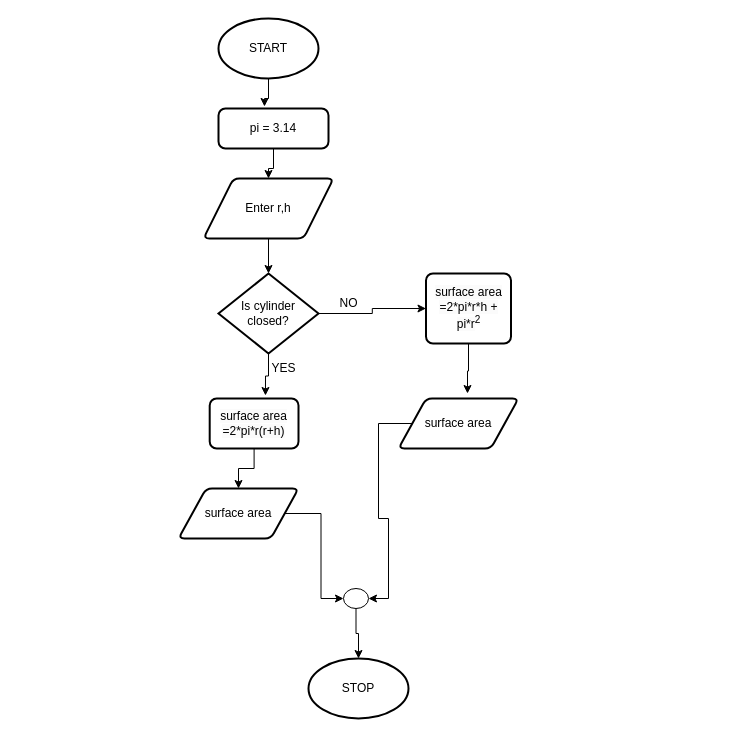
Earlier version of the draw.io diagram day1-10/Dictionaries(day18)/Flow  diagrams/Cylinder flowchart.drawio (Wainainajoyce/100DaysPythonCode). Source tidied: cells renumbered, new cells numbered last; positions are measured from the earlier drawing's top-left corner, leaving out a move shared by most shapes. Both pictures are drawn from the tidied source at 100%, with x=0, y=0 at pixel (178, 18).
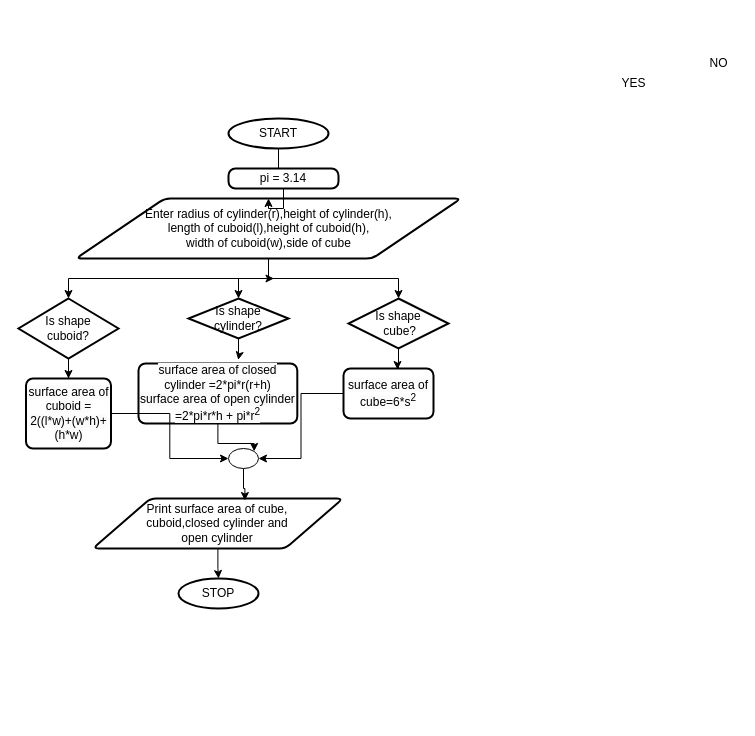
The same diagram, later.

Commit message:
Cylinder,cuboid,cube flowchart.drawio

The edit, as a diff of the source:
```diff
@@
     <mxCell id="3" value="START" style="strokeWidth=2;html=1;shape=mxgraph.flowchart.start_1;whiteSpace=wrap;" parent="1" vertex="1">
-      <mxGeometry x="40" width="100" height="60" as="geometry" />
+      <mxGeometry x="50" y="100" width="100" height="30" as="geometry" />
     </mxCell>
-    <mxCell id="4" style="edgeStyle=orthogonalEdgeStyle;rounded=0;jettySize=auto;html=1;entryX=0.5;entryY=0;entryDx=0;entryDy=0;entryPerimeter=0;" parent="1" edge="1" source="5" target="8">
-      <mxGeometry relative="1" as="geometry" />
-    </mxCell>
+    <mxCell id="25" style="edgeStyle=orthogonalEdgeStyle;rounded=0;jettySize=auto;html=1;" parent="1" edge="1" source="5">
+      <mxGeometry relative="1" as="geometry">
+        <mxPoint x="95" y="260" as="targetPoint" />
+      </mxGeometry>
+    </mxCell>
-    <mxCell id="5" value="Enter r,h" style="shape=parallelogram;html=1;strokeWidth=2;perimeter=parallelogramPerimeter;whiteSpace=wrap;rounded=1;arcSize=12;size=0.23;" parent="1" vertex="1">
-      <mxGeometry x="25" y="160" width="130" height="60" as="geometry" />
+    <mxCell id="5" value="Enter radius of cylinder(r),height of cylinder(h),&lt;br&gt;length of cuboid(l),height of cuboid(h),&lt;br&gt;width of cuboid(w),side of cube" style="shape=parallelogram;html=1;strokeWidth=2;perimeter=parallelogramPerimeter;whiteSpace=wrap;rounded=1;arcSize=12;size=0.23;" parent="1" vertex="1">
+      <mxGeometry x="-102.5" y="180" width="385" height="60" as="geometry" />
     </mxCell>
@@
-    <mxCell id="7" style="edgeStyle=orthogonalEdgeStyle;rounded=0;jettySize=auto;html=1;entryX=0;entryY=0.5;entryDx=0;entryDy=0;" parent="1" edge="1" source="8" target="16">
-      <mxGeometry relative="1" as="geometry" />
-    </mxCell>
-    <mxCell id="8" value="Is cylinder closed?" style="strokeWidth=2;html=1;shape=mxgraph.flowchart.decision;whiteSpace=wrap;" parent="1" vertex="1">
-      <mxGeometry x="40" y="255" width="100" height="80" as="geometry" />
+    <mxCell id="8" value="Is shape &lt;br&gt;cylinder?" style="strokeWidth=2;html=1;shape=mxgraph.flowchart.decision;whiteSpace=wrap;" parent="1" vertex="1">
+      <mxGeometry x="10" y="280" width="100" height="40" as="geometry" />
     </mxCell>
@@
     <mxCell id="10" value="pi = 3.14" style="rounded=1;whiteSpace=wrap;html=1;absoluteArcSize=1;arcSize=14;strokeWidth=2;" parent="1" vertex="1">
-      <mxGeometry x="40" y="90" width="110" height="40" as="geometry" />
+      <mxGeometry x="50" y="150" width="110" height="20" as="geometry" />
     </mxCell>
-    <mxCell id="11" style="edgeStyle=orthogonalEdgeStyle;rounded=0;jettySize=auto;html=1;entryX=0;entryY=0.5;entryDx=0;entryDy=0;entryPerimeter=0;" parent="1" edge="1" source="12" target="21">
-      <mxGeometry relative="1" as="geometry" />
-    </mxCell>
+    <mxCell id="26" style="edgeStyle=orthogonalEdgeStyle;rounded=0;jettySize=auto;html=1;" parent="1" edge="1" source="12" target="22">
+      <mxGeometry relative="1" as="geometry" />
+    </mxCell>
-    <mxCell id="12" value="surface area" style="shape=parallelogram;html=1;strokeWidth=2;perimeter=parallelogramPerimeter;whiteSpace=wrap;rounded=1;arcSize=12;size=0.23;" parent="1" vertex="1">
-      <mxGeometry y="470" width="120" height="50" as="geometry" />
+    <mxCell id="12" value="Print surface area of cube,&lt;br&gt;cuboid,closed cylinder and &lt;br&gt;open cylinder" style="shape=parallelogram;html=1;strokeWidth=2;perimeter=parallelogramPerimeter;whiteSpace=wrap;rounded=1;arcSize=12;size=0.23;" parent="1" vertex="1">
+      <mxGeometry x="-85.6" y="480" width="250" height="50" as="geometry" />
     </mxCell>
-    <mxCell id="13" style="edgeStyle=orthogonalEdgeStyle;rounded=0;jettySize=auto;html=1;" parent="1" edge="1" source="14" target="12">
-      <mxGeometry relative="1" as="geometry" />
-    </mxCell>
+    <mxCell id="27" style="edgeStyle=orthogonalEdgeStyle;rounded=0;jettySize=auto;html=1;entryX=0.855;entryY=0.145;entryDx=0;entryDy=0;entryPerimeter=0;" parent="1" edge="1" source="14" target="37">
+      <mxGeometry relative="1" as="geometry" />
+    </mxCell>
-    <mxCell id="14" value="&lt;span style=&quot;color: rgb(0, 0, 0); font-family: Helvetica; font-size: 12px; font-style: normal; font-variant-ligatures: normal; font-variant-caps: normal; font-weight: 400; letter-spacing: normal; orphans: 2; text-align: center; text-indent: 0px; text-transform: none; widows: 2; word-spacing: 0px; -webkit-text-stroke-width: 0px; background-color: rgb(251, 251, 251); text-decoration-thickness: initial; text-decoration-style: initial; text-decoration-color: initial; float: none; display: inline !important;&quot;&gt;surface area =2*pi*r(r+h)&lt;/span&gt;" style="rounded=1;whiteSpace=wrap;html=1;absoluteArcSize=1;arcSize=14;strokeWidth=2;" parent="1" vertex="1">
-      <mxGeometry x="31.2" y="380" width="88.8" height="50" as="geometry" />
+    <mxCell id="14" value="&lt;span style=&quot;color: rgb(0, 0, 0); font-family: Helvetica; font-size: 12px; font-style: normal; font-variant-ligatures: normal; font-variant-caps: normal; font-weight: 400; letter-spacing: normal; orphans: 2; text-align: center; text-indent: 0px; text-transform: none; widows: 2; word-spacing: 0px; -webkit-text-stroke-width: 0px; background-color: rgb(251, 251, 251); text-decoration-thickness: initial; text-decoration-style: initial; text-decoration-color: initial; float: none; display: inline !important;&quot;&gt;surface area of closed cylinder =2*pi*r(r+h)&lt;br&gt;surface area of open cylinder =2*pi*r*h + pi*r&lt;sup style=&quot;border-color: var(--border-color);&quot;&gt;2&lt;/sup&gt;&lt;br&gt;&lt;/span&gt;" style="rounded=1;whiteSpace=wrap;html=1;absoluteArcSize=1;arcSize=14;strokeWidth=2;" parent="1" vertex="1">
+      <mxGeometry x="-40" y="345" width="158.8" height="60" as="geometry" />
     </mxCell>
-    <mxCell id="15" style="edgeStyle=orthogonalEdgeStyle;rounded=0;jettySize=auto;html=1;entryX=0.575;entryY=-0.1;entryDx=0;entryDy=0;entryPerimeter=0;" parent="1" edge="1" source="16" target="19">
-      <mxGeometry relative="1" as="geometry" />
-    </mxCell>
+    <mxCell id="28" style="edgeStyle=orthogonalEdgeStyle;rounded=0;jettySize=auto;html=1;entryX=0;entryY=0.5;entryDx=0;entryDy=0;entryPerimeter=0;" parent="1" edge="1" source="16" target="37">
+      <mxGeometry relative="1" as="geometry" />
+    </mxCell>
-    <mxCell id="16" value="&lt;span style=&quot;color: rgb(0, 0, 0); font-family: Helvetica; font-size: 12px; font-style: normal; font-variant-ligatures: normal; font-variant-caps: normal; font-weight: 400; letter-spacing: normal; orphans: 2; text-align: center; text-indent: 0px; text-transform: none; widows: 2; word-spacing: 0px; -webkit-text-stroke-width: 0px; background-color: rgb(251, 251, 251); text-decoration-thickness: initial; text-decoration-style: initial; text-decoration-color: initial; float: none; display: inline !important;&quot;&gt;surface area =2*pi*r*h + pi*r&lt;/span&gt;&lt;sup style=&quot;border-color: var(--border-color); color: rgb(0, 0, 0); font-family: Helvetica; font-style: normal; font-variant-ligatures: normal; font-variant-caps: normal; font-weight: 400; letter-spacing: normal; orphans: 2; text-align: center; text-indent: 0px; text-transform: none; widows: 2; word-spacing: 0px; -webkit-text-stroke-width: 0px; background-color: rgb(251, 251, 251); text-decoration-thickness: initial; text-decoration-style: initial; text-decoration-color: initial;&quot;&gt;2&lt;/sup&gt;" style="rounded=1;whiteSpace=wrap;html=1;absoluteArcSize=1;arcSize=14;strokeWidth=2;" parent="1" vertex="1">
-      <mxGeometry x="247.5" y="255" width="85" height="70" as="geometry" />
+    <mxCell id="16" value="&lt;span style=&quot;color: rgb(0, 0, 0); font-family: Helvetica; font-size: 12px; font-style: normal; font-variant-ligatures: normal; font-variant-caps: normal; font-weight: 400; letter-spacing: normal; orphans: 2; text-align: center; text-indent: 0px; text-transform: none; widows: 2; word-spacing: 0px; -webkit-text-stroke-width: 0px; background-color: rgb(251, 251, 251); text-decoration-thickness: initial; text-decoration-style: initial; text-decoration-color: initial; float: none; display: inline !important;&quot;&gt;surface area of cuboid = 2((l*w)+(w*h)+(h*w)&lt;/span&gt;" style="rounded=1;whiteSpace=wrap;html=1;absoluteArcSize=1;arcSize=14;strokeWidth=2;" parent="1" vertex="1">
+      <mxGeometry x="-152.5" y="360" width="85" height="70" as="geometry" />
     </mxCell>
@@
-    <mxCell id="18" style="edgeStyle=orthogonalEdgeStyle;rounded=0;jettySize=auto;html=1;entryX=1;entryY=0.5;entryDx=0;entryDy=0;entryPerimeter=0;" parent="1" edge="1" source="19" target="21">
-      <mxGeometry relative="1" as="geometry" />
-    </mxCell>
-    <mxCell id="19" value="surface area" style="shape=parallelogram;html=1;strokeWidth=2;perimeter=parallelogramPerimeter;whiteSpace=wrap;rounded=1;arcSize=12;size=0.23;" parent="1" vertex="1">
-      <mxGeometry x="220" y="380" width="120" height="50" as="geometry" />
-    </mxCell>
-    <mxCell id="20" style="edgeStyle=orthogonalEdgeStyle;rounded=0;jettySize=auto;html=1;" parent="1" edge="1" source="21" target="22">
-      <mxGeometry relative="1" as="geometry" />
-    </mxCell>
-    <mxCell id="21" style="verticalLabelPosition=bottom;verticalAlign=top;html=1;shape=mxgraph.flowchart.on-page_reference;" parent="1" vertex="1">
-      <mxGeometry x="165" y="570" width="25" height="20" as="geometry" />
-    </mxCell>
     <mxCell id="22" value="STOP" style="strokeWidth=2;html=1;shape=mxgraph.flowchart.start_1;whiteSpace=wrap;" parent="1" vertex="1">
-      <mxGeometry x="130" y="640" width="100" height="60" as="geometry" />
+      <mxGeometry y="560" width="80" height="30" as="geometry" />
     </mxCell>
     <mxCell id="23" value="NO" style="text;html=1;align=center;verticalAlign=middle;strokeColor=none;fillColor=none;" parent="1" vertex="1">
-      <mxGeometry x="150" y="270" width="40" height="30" as="geometry" />
+      <mxGeometry x="520" y="30" width="40" height="30" as="geometry" />
     </mxCell>
     <mxCell id="24" value="YES" style="text;html=1;align=center;verticalAlign=middle;strokeColor=none;fillColor=none;" parent="1" vertex="1">
-      <mxGeometry x="80" y="335" width="50" height="30" as="geometry" />
+      <mxGeometry x="430" y="50" width="50" height="30" as="geometry" />
     </mxCell>
+    <mxCell id="29" style="edgeStyle=orthogonalEdgeStyle;rounded=0;jettySize=auto;html=1;entryX=0.6;entryY=0.02;entryDx=0;entryDy=0;entryPerimeter=0;" parent="1" edge="1" source="30" target="35">
+      <mxGeometry relative="1" as="geometry" />
+    </mxCell>
+    <mxCell id="30" value="Is shape&lt;br&gt;&amp;nbsp;cube?" style="strokeWidth=2;html=1;shape=mxgraph.flowchart.decision;whiteSpace=wrap;" parent="1" vertex="1">
+      <mxGeometry x="170" y="280" width="100" height="50" as="geometry" />
+    </mxCell>
+    <mxCell id="31" style="edgeStyle=orthogonalEdgeStyle;rounded=0;jettySize=auto;html=1;" parent="1" edge="1" source="32" target="16">
+      <mxGeometry relative="1" as="geometry" />
+    </mxCell>
+    <mxCell id="32" value="Is shape &lt;br&gt;cuboid?" style="strokeWidth=2;html=1;shape=mxgraph.flowchart.decision;whiteSpace=wrap;" parent="1" vertex="1">
+      <mxGeometry x="-160" y="280" width="100" height="60" as="geometry" />
+    </mxCell>
+    <mxCell id="33" style="endArrow=none;html=1;rounded=0;" parent="1" edge="1">
+      <mxGeometry relative="1" as="geometry">
+        <mxPoint x="-110" y="260" as="sourcePoint" />
+        <mxPoint x="220" y="260" as="targetPoint" />
+      </mxGeometry>
+    </mxCell>
+    <mxCell id="34" style="edgeStyle=orthogonalEdgeStyle;rounded=0;jettySize=auto;html=1;entryX=1;entryY=0.5;entryDx=0;entryDy=0;entryPerimeter=0;" parent="1" edge="1" source="35" target="37">
+      <mxGeometry relative="1" as="geometry" />
+    </mxCell>
+    <mxCell id="35" value="&lt;span style=&quot;color: rgb(0, 0, 0); font-family: Helvetica; font-size: 12px; font-style: normal; font-variant-ligatures: normal; font-variant-caps: normal; font-weight: 400; letter-spacing: normal; orphans: 2; text-align: center; text-indent: 0px; text-transform: none; widows: 2; word-spacing: 0px; -webkit-text-stroke-width: 0px; background-color: rgb(251, 251, 251); text-decoration-thickness: initial; text-decoration-style: initial; text-decoration-color: initial; float: none; display: inline !important;&quot;&gt;surface area of cube=6*s&lt;sup&gt;2&lt;/sup&gt;&lt;/span&gt;" style="rounded=1;whiteSpace=wrap;html=1;absoluteArcSize=1;arcSize=14;strokeWidth=2;" parent="1" vertex="1">
+      <mxGeometry x="165" y="350" width="90" height="50" as="geometry" />
+    </mxCell>
+    <mxCell id="36" style="edgeStyle=orthogonalEdgeStyle;rounded=0;jettySize=auto;html=1;entryX=0.608;entryY=0.04;entryDx=0;entryDy=0;entryPerimeter=0;" parent="1" edge="1" source="37" target="12">
+      <mxGeometry relative="1" as="geometry" />
+    </mxCell>
+    <mxCell id="37" style="verticalLabelPosition=bottom;verticalAlign=top;html=1;shape=mxgraph.flowchart.on-page_reference;" parent="1" vertex="1">
+      <mxGeometry x="50" y="430" width="30" height="20" as="geometry" />
+    </mxCell>
+    <mxCell id="38" style="endArrow=classic;html=1;rounded=0;entryX=0.5;entryY=0;entryDx=0;entryDy=0;entryPerimeter=0;" parent="1" edge="1" target="32">
+      <mxGeometry relative="1" as="geometry">
+        <mxPoint x="-110" y="260" as="sourcePoint" />
+      </mxGeometry>
+    </mxCell>
+    <mxCell id="39" style="endArrow=classic;html=1;rounded=0;entryX=0.5;entryY=0;entryDx=0;entryDy=0;entryPerimeter=0;" parent="1" edge="1" target="8">
+      <mxGeometry relative="1" as="geometry">
+        <mxPoint x="60" y="260" as="sourcePoint" />
+      </mxGeometry>
+    </mxCell>
+    <mxCell id="40" style="endArrow=classic;html=1;rounded=0;entryX=0.5;entryY=0;entryDx=0;entryDy=0;entryPerimeter=0;" parent="1" edge="1" target="30">
+      <mxGeometry relative="1" as="geometry">
+        <mxPoint x="220" y="260" as="sourcePoint" />
+      </mxGeometry>
+    </mxCell>
```
